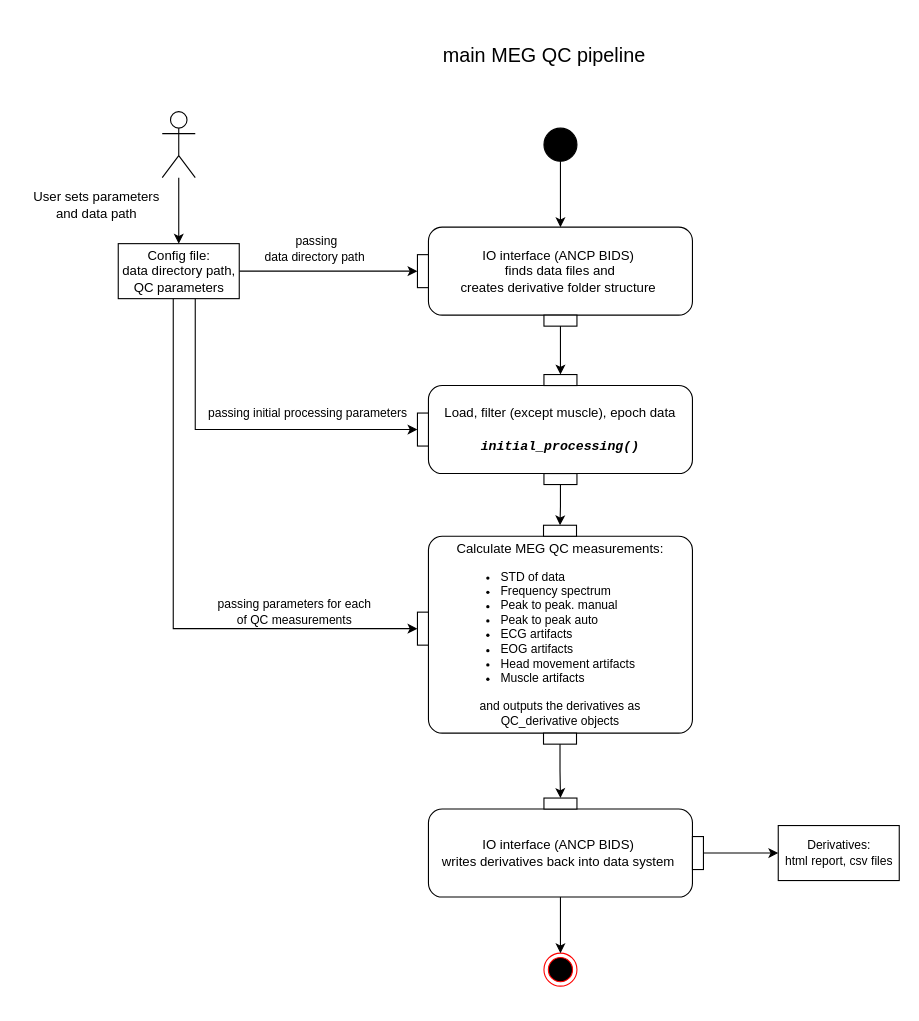
The draw.io diagram docs and diagrams/_main_UML2.5.drawio in oldgandalf/MEGqcJorge, before the edit. Source tidied: cells renumbered, new cells numbered last; positions are measured from the earlier drawing's top-left corner, leaving out a move shared by most shapes. Both pictures are drawn from the tidied source at 110%, with x=0, y=0 at pixel (19, 33).
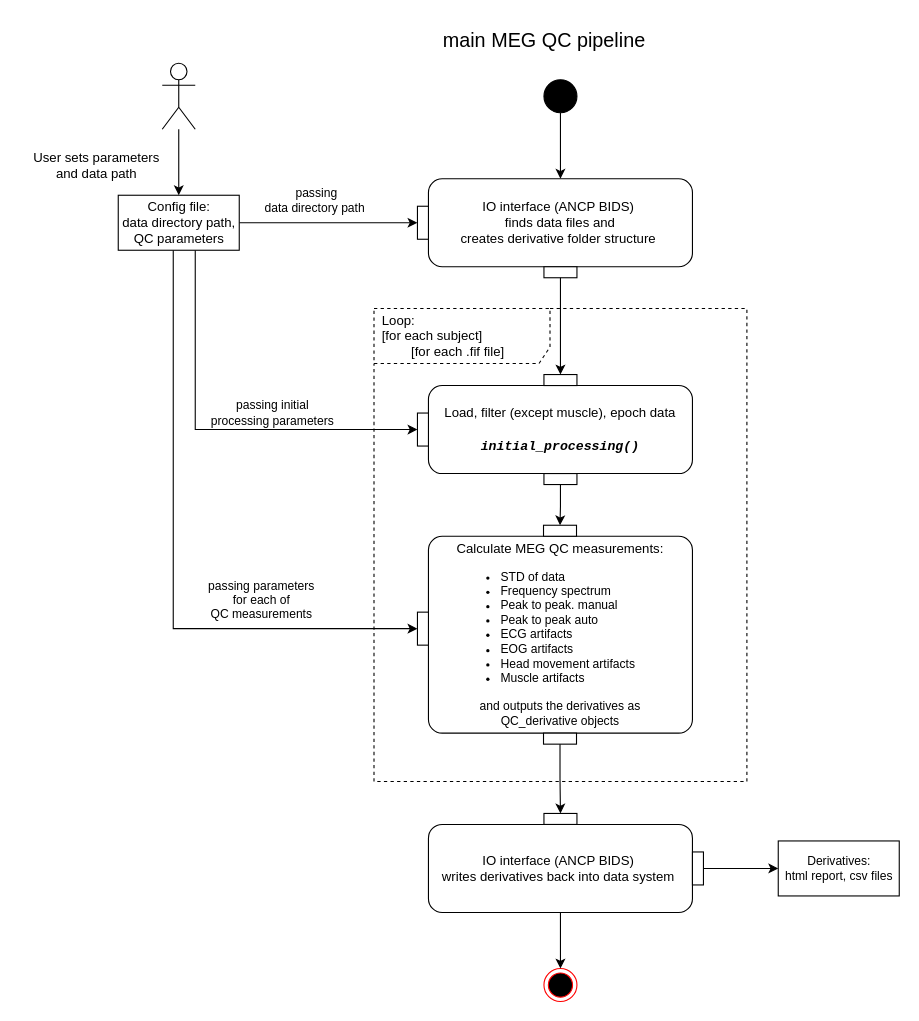
After the change.

Commit message:
upd uml main

The change refers to these unchanged cells:
```xml
<mxCell id="30" value="pinIn 2" style="fontStyle=0;labelPosition=left;verticalLabelPosition=middle;align=right;verticalAlign=middle;spacingLeft=2;fontFamily=Helvetica;fontSize=12;flipH=0;noLabel=1;" parent="1" vertex="1">
  <mxGeometry x="362" y="345" width="10" height="30" as="geometry" />
</mxCell>
<mxCell id="31" value="pinIn 2" style="fontStyle=0;labelPosition=left;verticalLabelPosition=middle;align=right;verticalAlign=middle;spacingLeft=2;fontFamily=Helvetica;fontSize=12;flipH=0;noLabel=1;" parent="1" vertex="1">
  <mxGeometry x="362" y="526" width="10" height="30" as="geometry" />
</mxCell>
```

The edit, as a diff of the source:
```diff
@@
+    <mxCell id="40" value="Loop:&lt;br&gt;[for each subject]&lt;br&gt;&lt;span style=&quot;white-space: pre;&quot;&gt;&#9;&lt;/span&gt;[for each .fif file]" style="shape=umlFrame;whiteSpace=wrap;html=1;width=160;height=50;boundedLbl=1;verticalAlign=middle;align=left;spacingLeft=5;dashed=1;" parent="1" vertex="1">
+      <mxGeometry x="322.5" y="250" width="339" height="430" as="geometry" />
+    </mxCell>
@@
     <mxCell id="3" style="shape=umlActor;verticalLabelPosition=bottom;verticalAlign=top;html=1;outlineConnect=0;fontSize=14;" parent="1" vertex="1">
-      <mxGeometry x="130" y="71" width="30" height="60" as="geometry" />
+      <mxGeometry x="130" y="27" width="30" height="60" as="geometry" />
     </mxCell>
@@
-    <mxCell id="5" style="edgeStyle=orthogonalEdgeStyle;rounded=0;jettySize=auto;html=1;entryX=0;entryY=0.5;entryDx=0;entryDy=0;fontSize=11;" parent="1" edge="1" source="7" target="30">
+    <mxCell id="5" style="edgeStyle=orthogonalEdgeStyle;rounded=0;jettySize=auto;html=1;entryX=0;entryY=0.5;entryDx=0;entryDy=0;fontSize=11;jumpStyle=arc;jumpSize=11;" parent="1" edge="1" source="7" target="30">
       <mxGeometry relative="1" as="geometry">
         <Array as="points">
           <mxPoint x="160" y="360" />
         </Array>
       </mxGeometry>
     </mxCell>
-    <mxCell id="6" style="edgeStyle=orthogonalEdgeStyle;rounded=0;jettySize=auto;html=1;entryX=0;entryY=0.5;entryDx=0;entryDy=0;fontSize=11;" parent="1" edge="1" source="7" target="31">
+    <mxCell id="6" style="edgeStyle=orthogonalEdgeStyle;rounded=0;jettySize=auto;html=1;entryX=0;entryY=0.5;entryDx=0;entryDy=0;fontSize=11;jumpStyle=arc;jumpSize=11;" parent="1" edge="1" source="7" target="31">
       <mxGeometry relative="1" as="geometry">
         <Array as="points">
           <mxPoint x="140" y="541" />
         </Array>
       </mxGeometry>
     </mxCell>
     <mxCell id="7" value="Config file:&lt;br&gt;data directory path,&lt;br&gt;QC parameters" style="html=1;" parent="1" vertex="1">
-      <mxGeometry x="90" y="191" width="110" height="50" as="geometry" />
+      <mxGeometry x="90" y="147" width="110" height="50" as="geometry" />
     </mxCell>
     <mxCell id="8" value="User sets parameters &lt;br&gt;and data path" style="text;html=1;align=center;verticalAlign=middle;strokeColor=none;fillColor=none;" parent="1" vertex="1">
-      <mxGeometry y="136" width="140" height="40" as="geometry" />
+      <mxGeometry y="100" width="140" height="40" as="geometry" />
     </mxCell>
@@
     <mxCell id="10" style="ellipse;fillColor=strokeColor;" parent="1" vertex="1">
-      <mxGeometry x="477" y="86" width="30" height="30" as="geometry" />
+      <mxGeometry x="477" y="42" width="30" height="30" as="geometry" />
     </mxCell>
     <mxCell id="11" style="group;flipH=1;" parent="1" vertex="1">
-      <mxGeometry x="362" y="176" width="250" height="90" as="geometry" />
+      <mxGeometry x="362" y="132" width="250" height="90" as="geometry" />
     </mxCell>
@@
     <mxCell id="25" style="group;fontSize=11;flipH=1;" parent="1" vertex="1">
-      <mxGeometry x="372" y="695" width="250" height="100" as="geometry" />
+      <mxGeometry x="372" y="709" width="250" height="100" as="geometry" />
     </mxCell>
@@
     <mxCell id="32" value="passing&lt;br&gt;data directory path&amp;nbsp;" style="text;html=1;align=center;verticalAlign=middle;strokeColor=none;fillColor=none;fontSize=11;" parent="1" vertex="1">
-      <mxGeometry x="210" y="176" width="120" height="40" as="geometry" />
+      <mxGeometry x="210" y="132" width="120" height="40" as="geometry" />
     </mxCell>
-    <mxCell id="33" value="passing initial processing parameters" style="text;html=1;align=center;verticalAlign=middle;strokeColor=none;fillColor=none;fontSize=11;" parent="1" vertex="1">
-      <mxGeometry x="162" y="330" width="200" height="30" as="geometry" />
+    <mxCell id="33" value="passing initial &lt;br&gt;processing parameters" style="text;html=1;align=center;verticalAlign=middle;strokeColor=none;fillColor=none;fontSize=11;" parent="1" vertex="1">
+      <mxGeometry x="160" y="325" width="140" height="40" as="geometry" />
     </mxCell>
-    <mxCell id="34" value="passing parameters for each &lt;br&gt;of QC measurements" style="text;html=1;align=center;verticalAlign=middle;strokeColor=none;fillColor=none;fontSize=11;" parent="1" vertex="1">
-      <mxGeometry x="170" y="506" width="160" height="40" as="geometry" />
+    <mxCell id="34" value="passing parameters &lt;br&gt;for each of &lt;br&gt;QC measurements" style="text;html=1;align=center;verticalAlign=middle;strokeColor=none;fillColor=none;fontSize=11;" parent="1" vertex="1">
+      <mxGeometry x="160" y="490" width="120" height="50" as="geometry" />
     </mxCell>
     <mxCell id="35" style="ellipse;html=1;shape=endState;fillColor=#000000;strokeColor=#ff0000;fontSize=11;" parent="1" vertex="1">
-      <mxGeometry x="477" y="836" width="30" height="30" as="geometry" />
+      <mxGeometry x="477" y="850" width="30" height="30" as="geometry" />
     </mxCell>
@@
     <mxCell id="37" value="Derivatives: &lt;br&gt;html report, csv files" style="html=1;fontSize=11;" parent="1" vertex="1">
-      <mxGeometry x="690" y="720" width="110" height="50" as="geometry" />
+      <mxGeometry x="690" y="734" width="110" height="50" as="geometry" />
     </mxCell>
@@
     <mxCell id="39" value="&lt;font style=&quot;font-size: 18px;&quot;&gt;main MEG QC pipeline&amp;nbsp;&amp;nbsp;&lt;/font&gt;" style="text;html=1;align=center;verticalAlign=middle;strokeColor=none;fillColor=none;fontSize=11;" parent="1" vertex="1">
-      <mxGeometry x="372" width="220" height="40" as="geometry" />
+      <mxGeometry x="372" y="-13" width="220" height="40" as="geometry" />
     </mxCell>
```
